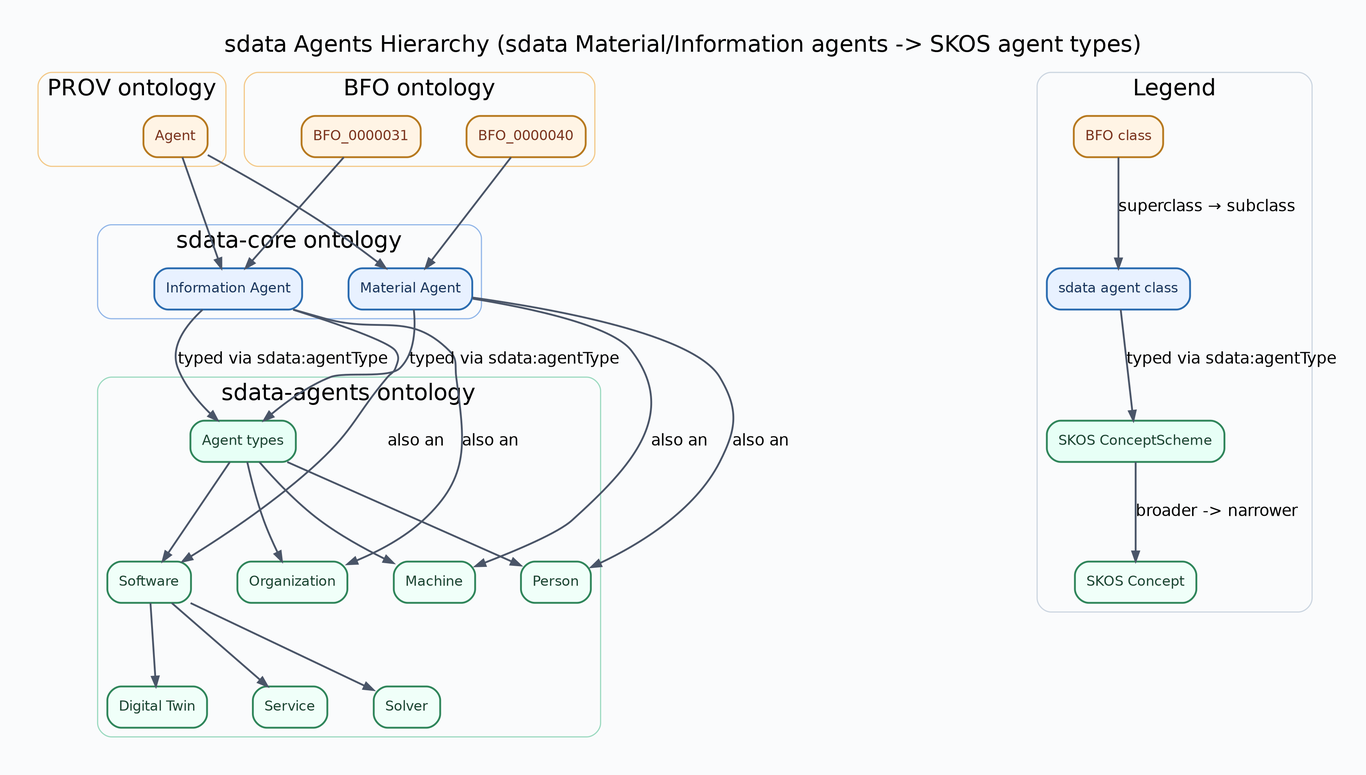
Earlier version of the Graphviz export docs/diagrams/sdata-agents-hierarchy.png (lepy/sdata-ontology). Its source is kept beside it as docs/diagrams/sdata-agents-hierarchy.dot.
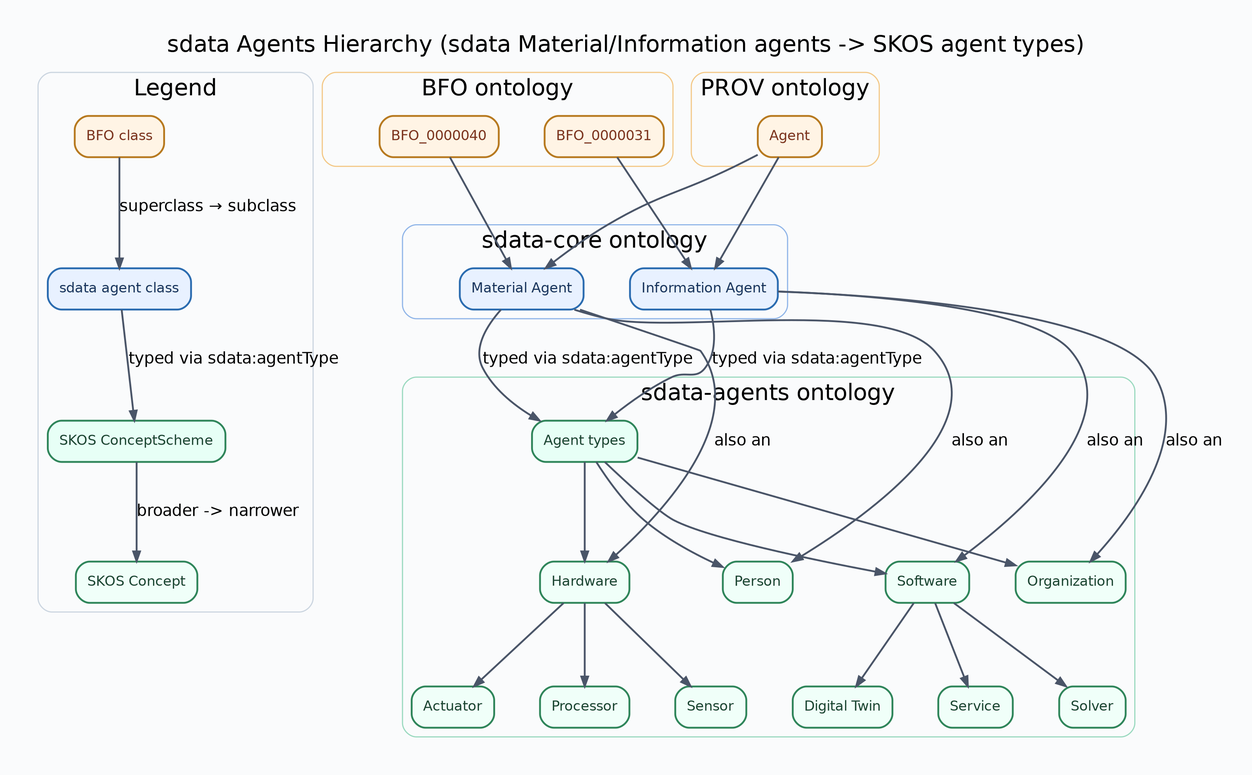
After the change.

Change to the diagram source:
```diff
@@ -25,19 +25,30 @@
 		fontname=Helvetica,
 		penwidth=1.6
 	];
-	subgraph cluster_prov {
-		graph [color="#F3C887",
-			label="PROV ontology",
+	subgraph cluster_legend {
+		graph [color="#CBD5E0",
+			label=Legend,
 			style=rounded
 		];
-		"http://www.w3.org/ns/prov#Agent"	[color="#B7791F",
+		legend_sdata	[color="#2B6CB0",
+			fillcolor="#E8F1FF",
+			fontcolor="#1A365D",
+			label="sdata agent class"];
+		legend_scheme	[color="#2F855A",
+			fillcolor="#E7FFF6",
+			fontcolor="#1C4532",
+			label="SKOS ConceptScheme"];
+		legend_sdata -> legend_scheme	[label="typed via sdata:agentType"];
+		legend_bfo	[color="#B7791F",
 			fillcolor="#FFF4E5",
 			fontcolor="#7B341E",
-			label=Agent];
-		__anchor_prov	[height=0,
-			label="",
-			style=invis,
-			width=0];
+			label="BFO class"];
+		legend_bfo -> legend_sdata	[label="superclass → subclass"];
+		legend_concept	[color="#2F855A",
+			fillcolor="#F0FFF9",
+			fontcolor="#1C4532",
+			label="SKOS Concept"];
+		legend_scheme -> legend_concept	[label="broader -> narrower"];
 	}
 	subgraph cluster_bfo {
 		graph [color="#F3C887",
@@ -80,35 +91,47 @@
 			label="sdata-agents ontology",
 			style=rounded
 		];
-		"https://w3id.org/sdata/vocab/agents#AgentTypeScheme"	[color="#2F855A",
+		"https://w3id.org/sdata/vocab/agents/Actuator"	[color="#2F855A",
+			fillcolor="#F0FFF9",
+			fontcolor="#1C4532",
+			label=Actuator];
+		"https://w3id.org/sdata/vocab/agents/AgentTypeScheme"	[color="#2F855A",
 			fillcolor="#E7FFF6",
 			fontcolor="#1C4532",
 			label="Agent types"];
-		"https://w3id.org/sdata/vocab/agents#DigitalTwin"	[color="#2F855A",
+		"https://w3id.org/sdata/vocab/agents/DigitalTwin"	[color="#2F855A",
 			fillcolor="#F0FFF9",
 			fontcolor="#1C4532",
 			label="Digital Twin"];
-		"https://w3id.org/sdata/vocab/agents#Machine"	[color="#2F855A",
+		"https://w3id.org/sdata/vocab/agents/Hardware"	[color="#2F855A",
 			fillcolor="#F0FFF9",
 			fontcolor="#1C4532",
-			label=Machine];
-		"https://w3id.org/sdata/vocab/agents#Organization"	[color="#2F855A",
+			label=Hardware];
+		"https://w3id.org/sdata/vocab/agents/Organization"	[color="#2F855A",
 			fillcolor="#F0FFF9",
 			fontcolor="#1C4532",
 			label=Organization];
-		"https://w3id.org/sdata/vocab/agents#Person"	[color="#2F855A",
+		"https://w3id.org/sdata/vocab/agents/Person"	[color="#2F855A",
 			fillcolor="#F0FFF9",
 			fontcolor="#1C4532",
 			label=Person];
-		"https://w3id.org/sdata/vocab/agents#Service"	[color="#2F855A",
+		"https://w3id.org/sdata/vocab/agents/Processor"	[color="#2F855A",
+			fillcolor="#F0FFF9",
+			fontcolor="#1C4532",
+			label=Processor];
+		"https://w3id.org/sdata/vocab/agents/Sensor"	[color="#2F855A",
+			fillcolor="#F0FFF9",
+			fontcolor="#1C4532",
+			label=Sensor];
+		"https://w3id.org/sdata/vocab/agents/Service"	[color="#2F855A",
 			fillcolor="#F0FFF9",
 			fontcolor="#1C4532",
 			label=Service];
-		"https://w3id.org/sdata/vocab/agents#Software"	[color="#2F855A",
+		"https://w3id.org/sdata/vocab/agents/Software"	[color="#2F855A",
 			fillcolor="#F0FFF9",
 			fontcolor="#1C4532",
 			label=Software];
-		"https://w3id.org/sdata/vocab/agents#Solver"	[color="#2F855A",
+		"https://w3id.org/sdata/vocab/agents/Solver"	[color="#2F855A",
 			fillcolor="#F0FFF9",
 			fontcolor="#1C4532",
 			label=Solver];
@@ -117,48 +140,40 @@
 			style=invis,
 			width=0];
 	}
-	subgraph cluster_legend {
-		graph [color="#CBD5E0",
-			label=Legend,
+	subgraph cluster_prov {
+		graph [color="#F3C887",
+			label="PROV ontology",
 			style=rounded
 		];
-		legend_sdata	[color="#2B6CB0",
-			fillcolor="#E8F1FF",
-			fontcolor="#1A365D",
-			label="sdata agent class"];
-		legend_scheme	[color="#2F855A",
-			fillcolor="#E7FFF6",
-			fontcolor="#1C4532",
-			label="SKOS ConceptScheme"];
-		legend_sdata -> legend_scheme	[label="typed via sdata:agentType"];
-		legend_bfo	[color="#B7791F",
+		"http://www.w3.org/ns/prov#Agent"	[color="#B7791F",
 			fillcolor="#FFF4E5",
 			fontcolor="#7B341E",
-			label="BFO class"];
-		legend_bfo -> legend_sdata	[label="superclass → subclass"];
-		legend_concept	[color="#2F855A",
-			fillcolor="#F0FFF9",
-			fontcolor="#1C4532",
-			label="SKOS Concept"];
-		legend_scheme -> legend_concept	[label="broader -> narrower"];
+			label=Agent];
+		__anchor_prov	[height=0,
+			label="",
+			style=invis,
+			width=0];
 	}
 	"http://purl.obolibrary.org/obo/BFO_0000031" -> "https://w3id.org/sdata/core/InformationAgent";
 	"http://purl.obolibrary.org/obo/BFO_0000040" -> "https://w3id.org/sdata/core/MaterialAgent";
 	"http://www.w3.org/ns/prov#Agent" -> "https://w3id.org/sdata/core/InformationAgent";
 	"http://www.w3.org/ns/prov#Agent" -> "https://w3id.org/sdata/core/MaterialAgent";
-	"https://w3id.org/sdata/core/InformationAgent" -> "https://w3id.org/sdata/vocab/agents#AgentTypeScheme"	[label="typed via sdata:agentType"];
-	"https://w3id.org/sdata/core/InformationAgent" -> "https://w3id.org/sdata/vocab/agents#Organization"	[label="also an"];
-	"https://w3id.org/sdata/core/InformationAgent" -> "https://w3id.org/sdata/vocab/agents#Software"	[label="also an"];
-	"https://w3id.org/sdata/core/MaterialAgent" -> "https://w3id.org/sdata/vocab/agents#AgentTypeScheme"	[label="typed via sdata:agentType"];
-	"https://w3id.org/sdata/core/MaterialAgent" -> "https://w3id.org/sdata/vocab/agents#Machine"	[label="also an"];
-	"https://w3id.org/sdata/core/MaterialAgent" -> "https://w3id.org/sdata/vocab/agents#Person"	[label="also an"];
-	"https://w3id.org/sdata/vocab/agents#AgentTypeScheme" -> "https://w3id.org/sdata/vocab/agents#Machine";
-	"https://w3id.org/sdata/vocab/agents#AgentTypeScheme" -> "https://w3id.org/sdata/vocab/agents#Organization";
-	"https://w3id.org/sdata/vocab/agents#AgentTypeScheme" -> "https://w3id.org/sdata/vocab/agents#Person";
-	"https://w3id.org/sdata/vocab/agents#AgentTypeScheme" -> "https://w3id.org/sdata/vocab/agents#Software";
-	"https://w3id.org/sdata/vocab/agents#Software" -> "https://w3id.org/sdata/vocab/agents#DigitalTwin";
-	"https://w3id.org/sdata/vocab/agents#Software" -> "https://w3id.org/sdata/vocab/agents#Service";
-	"https://w3id.org/sdata/vocab/agents#Software" -> "https://w3id.org/sdata/vocab/agents#Solver";
+	"https://w3id.org/sdata/core/InformationAgent" -> "https://w3id.org/sdata/vocab/agents/AgentTypeScheme"	[label="typed via sdata:agentType"];
+	"https://w3id.org/sdata/core/InformationAgent" -> "https://w3id.org/sdata/vocab/agents/Organization"	[label="also an"];
+	"https://w3id.org/sdata/core/InformationAgent" -> "https://w3id.org/sdata/vocab/agents/Software"	[label="also an"];
+	"https://w3id.org/sdata/core/MaterialAgent" -> "https://w3id.org/sdata/vocab/agents/AgentTypeScheme"	[label="typed via sdata:agentType"];
+	"https://w3id.org/sdata/core/MaterialAgent" -> "https://w3id.org/sdata/vocab/agents/Hardware"	[label="also an"];
+	"https://w3id.org/sdata/core/MaterialAgent" -> "https://w3id.org/sdata/vocab/agents/Person"	[label="also an"];
+	"https://w3id.org/sdata/vocab/agents/AgentTypeScheme" -> "https://w3id.org/sdata/vocab/agents/Hardware";
+	"https://w3id.org/sdata/vocab/agents/AgentTypeScheme" -> "https://w3id.org/sdata/vocab/agents/Organization";
+	"https://w3id.org/sdata/vocab/agents/AgentTypeScheme" -> "https://w3id.org/sdata/vocab/agents/Person";
+	"https://w3id.org/sdata/vocab/agents/AgentTypeScheme" -> "https://w3id.org/sdata/vocab/agents/Software";
+	"https://w3id.org/sdata/vocab/agents/Hardware" -> "https://w3id.org/sdata/vocab/agents/Actuator";
+	"https://w3id.org/sdata/vocab/agents/Hardware" -> "https://w3id.org/sdata/vocab/agents/Processor";
+	"https://w3id.org/sdata/vocab/agents/Hardware" -> "https://w3id.org/sdata/vocab/agents/Sensor";
+	"https://w3id.org/sdata/vocab/agents/Software" -> "https://w3id.org/sdata/vocab/agents/DigitalTwin";
+	"https://w3id.org/sdata/vocab/agents/Software" -> "https://w3id.org/sdata/vocab/agents/Service";
+	"https://w3id.org/sdata/vocab/agents/Software" -> "https://w3id.org/sdata/vocab/agents/Solver";
 	__anchor_prov -> __anchor_core	[style=invis,
 		weight=20];
 	__anchor_bfo -> __anchor_core	[style=invis,
```
